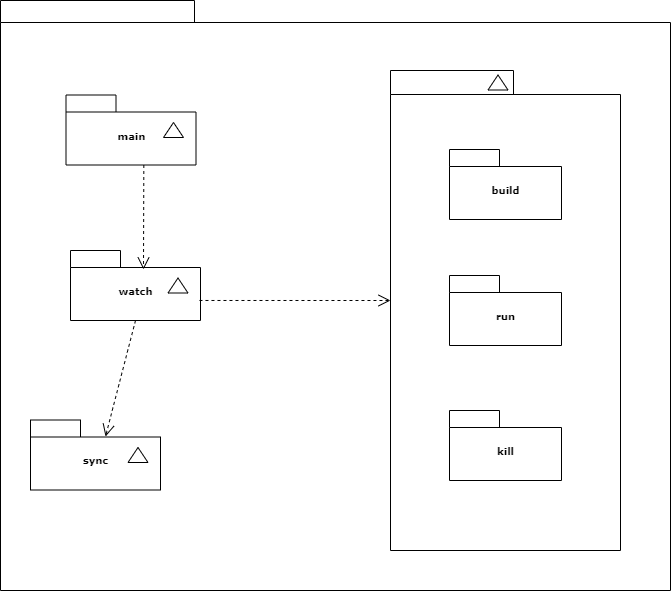
AlexanderBrese/gomon keeps this draw.io diagram as go-server-browser-reload.png. Above is the earlier version. Source tidied: cells renumbered, new cells last; positions are measured from the earlier drawing's top-left corner, leaving out a move shared by most shapes.
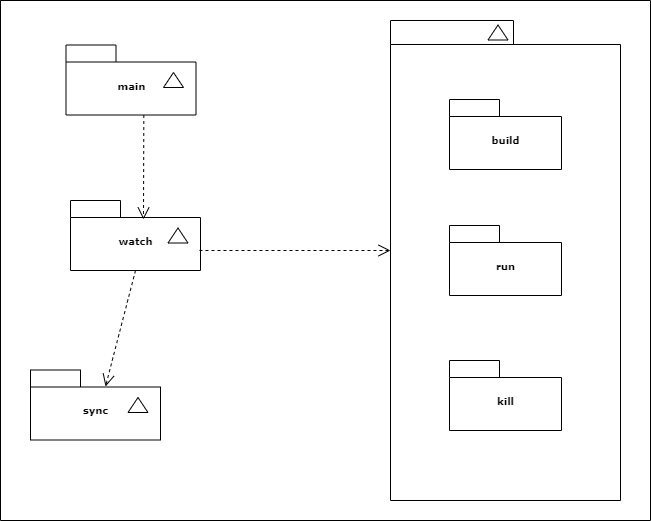
After the commit.

Change to the diagram source:
```diff
@@ -2,8 +2,8 @@
   <root>
     <mxCell id="0" />
     <mxCell id="1" parent="0" />
-    <mxCell id="2" style="shape=folder;fontStyle=1;spacingTop=10;tabWidth=194;tabHeight=22;tabPosition=left;html=1;rounded=0;shadow=0;comic=0;labelBackgroundColor=none;strokeWidth=1;fillColor=none;fontFamily=Verdana;fontSize=10;align=center;" parent="1" vertex="1">
-      <mxGeometry width="670" height="590" as="geometry" />
+    <mxCell id="2" style="shape=folder;fontStyle=1;spacingTop=10;tabWidth=0;tabHeight=0;tabPosition=left;html=1;rounded=0;shadow=0;comic=0;labelBackgroundColor=none;strokeWidth=1;fillColor=none;fontFamily=Verdana;fontSize=10;align=center;" parent="1" vertex="1">
+      <mxGeometry y="50" width="650" height="520" as="geometry" />
     </mxCell>
     <mxCell id="3" style="group;" parent="1" vertex="1">
       <mxGeometry x="65.5" y="94.5" width="130" height="70" as="geometry" />
```
